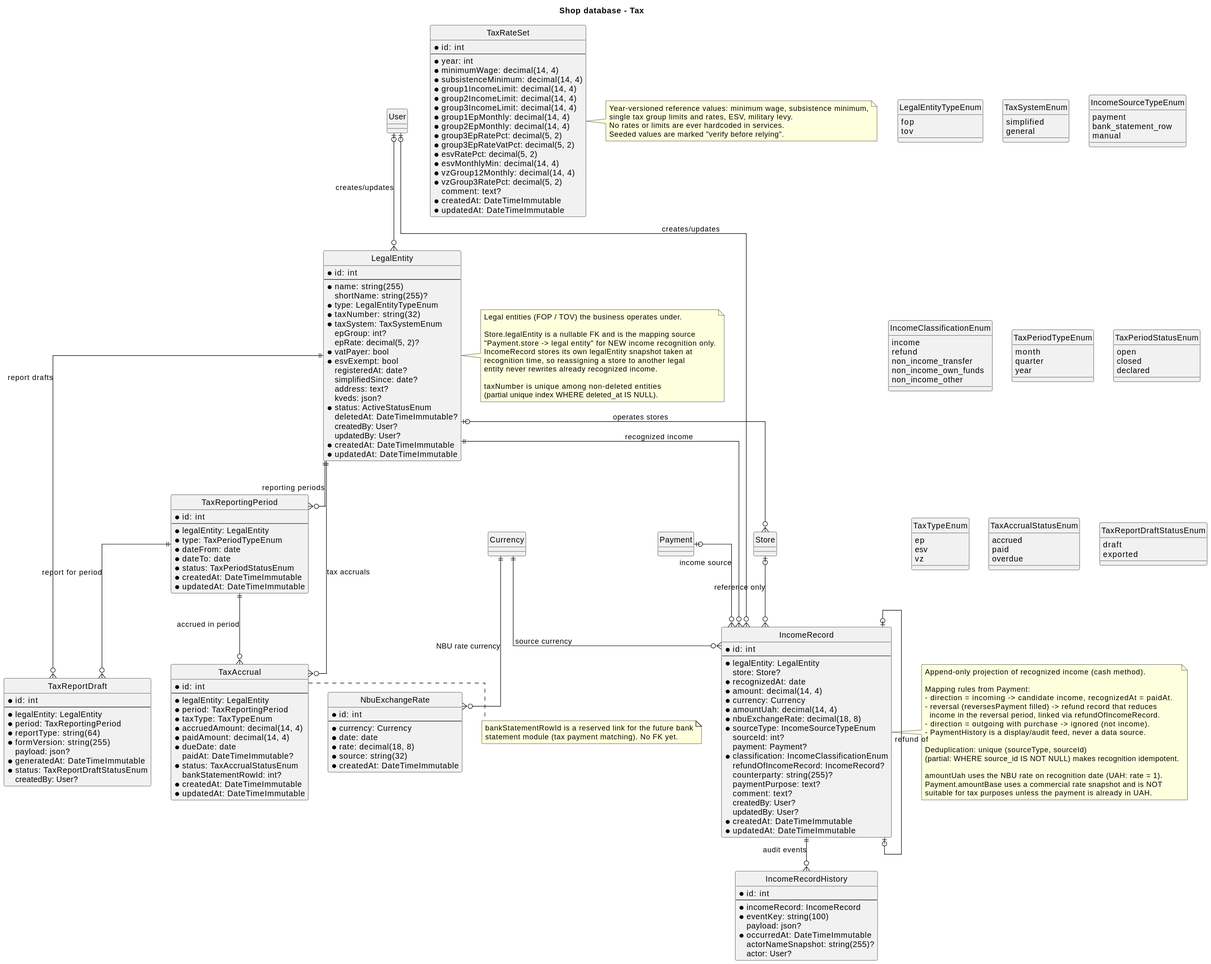
The PlantUML diagram src/Uml/database/11_Tax.svg in Tolik1794/shop, before a commit. The source it was exported from:
```plantuml
@startuml
title Shop database - Tax

!include ./_common.puml

enum LegalEntityTypeEnum {
    fop
    tov
}

enum TaxSystemEnum {
    simplified
    general
}

enum IncomeSourceTypeEnum {
    payment
    bank_statement_row
    manual
}

enum IncomeClassificationEnum {
    income
    refund
    non_income_transfer
    non_income_own_funds
    non_income_other
}

enum TaxPeriodTypeEnum {
    month
    quarter
    year
}

enum TaxPeriodStatusEnum {
    open
    closed
    declared
}

enum TaxTypeEnum {
    ep
    esv
    vz
}

enum TaxAccrualStatusEnum {
    accrued
    paid
    overdue
}

enum TaxReportDraftStatusEnum {
    draft
    exported
}

entity LegalEntity {
    * id: int
    --
    * name: string(255)
    shortName: string(255)?
    * type: LegalEntityTypeEnum
    * taxNumber: string(32)
    * taxSystem: TaxSystemEnum
    epGroup: int?
    epRate: decimal(5, 2)?
    * vatPayer: bool
    * esvExempt: bool
    registeredAt: date?
    simplifiedSince: date?
    address: text?
    kveds: json?
    * status: ActiveStatusEnum
    deletedAt: DateTimeImmutable?
    createdBy: User?
    updatedBy: User?
    * createdAt: DateTimeImmutable
    * updatedAt: DateTimeImmutable
}

entity TaxRateSet {
    * id: int
    --
    * year: int
    * minimumWage: decimal(14, 4)
    * subsistenceMinimum: decimal(14, 4)
    * group1IncomeLimit: decimal(14, 4)
    * group2IncomeLimit: decimal(14, 4)
    * group3IncomeLimit: decimal(14, 4)
    * group1EpMonthly: decimal(14, 4)
    * group2EpMonthly: decimal(14, 4)
    * group3EpRatePct: decimal(5, 2)
    * group3EpRateVatPct: decimal(5, 2)
    * esvRatePct: decimal(5, 2)
    * esvMonthlyMin: decimal(14, 4)
    * vzGroup12Monthly: decimal(14, 4)
    * vzGroup3RatePct: decimal(5, 2)
    comment: text?
    * createdAt: DateTimeImmutable
    * updatedAt: DateTimeImmutable
}

entity IncomeRecord {
    * id: int
    --
    * legalEntity: LegalEntity
    store: Store?
    * recognizedAt: date
    * amount: decimal(14, 4)
    * currency: Currency
    * amountUah: decimal(14, 4)
    * nbuExchangeRate: decimal(18, 8)
    * sourceType: IncomeSourceTypeEnum
    sourceId: int?
    payment: Payment?
    * classification: IncomeClassificationEnum
    refundOfIncomeRecord: IncomeRecord?
    counterparty: string(255)?
    paymentPurpose: text?
    comment: text?
    createdBy: User?
    updatedBy: User?
    * createdAt: DateTimeImmutable
    * updatedAt: DateTimeImmutable
}

entity IncomeRecordHistory {
    * id: int
    --
    * incomeRecord: IncomeRecord
    * eventKey: string(100)
    payload: json?
    * occurredAt: DateTimeImmutable
    actorNameSnapshot: string(255)?
    actor: User?
}

entity NbuExchangeRate {
    * id: int
    --
    * currency: Currency
    * date: date
    * rate: decimal(18, 8)
    * source: string(32)
    * createdAt: DateTimeImmutable
}

entity TaxReportingPeriod {
    * id: int
    --
    * legalEntity: LegalEntity
    * type: TaxPeriodTypeEnum
    * dateFrom: date
    * dateTo: date
    * status: TaxPeriodStatusEnum
    * createdAt: DateTimeImmutable
    * updatedAt: DateTimeImmutable
}

entity TaxAccrual {
    * id: int
    --
    * legalEntity: LegalEntity
    * period: TaxReportingPeriod
    * taxType: TaxTypeEnum
    * accruedAmount: decimal(14, 4)
    * paidAmount: decimal(14, 4)
    * dueDate: date
    paidAt: DateTimeImmutable?
    * status: TaxAccrualStatusEnum
    bankStatementRowId: int?
    * createdAt: DateTimeImmutable
    * updatedAt: DateTimeImmutable
}

entity TaxReportDraft {
    * id: int
    --
    * legalEntity: LegalEntity
    * period: TaxReportingPeriod
    * reportType: string(64)
    * formVersion: string(255)
    payload: json?
    * generatedAt: DateTimeImmutable
    * status: TaxReportDraftStatusEnum
    createdBy: User?
}

LegalEntity |o--o{ Store : operates stores
LegalEntity ||--o{ IncomeRecord : recognized income
LegalEntity ||--o{ TaxReportingPeriod : reporting periods
LegalEntity ||--o{ TaxAccrual : tax accruals
LegalEntity ||--o{ TaxReportDraft : report drafts
Store |o--o{ IncomeRecord : reference only
Currency ||--o{ IncomeRecord : source currency
Currency ||--o{ NbuExchangeRate : NBU rate currency
Payment |o--o{ IncomeRecord : income source
IncomeRecord |o--o| IncomeRecord : refund of
IncomeRecord ||--o{ IncomeRecordHistory : audit events
TaxReportingPeriod ||--o{ TaxAccrual : accrued in period
TaxReportingPeriod ||--o{ TaxReportDraft : report for period
User |o--o{ LegalEntity : creates/updates
User |o--o{ IncomeRecord : creates/updates

note right of LegalEntity
  Legal entities (FOP / TOV) the business operates under.

  Store.legalEntity is a nullable FK and is the mapping source
  "Payment.store -> legal entity" for NEW income recognition only.
  IncomeRecord stores its own legalEntity snapshot taken at
  recognition time, so reassigning a store to another legal
  entity never rewrites already recognized income.

  taxNumber is unique among non-deleted entities
  (partial unique index WHERE deleted_at IS NULL).
end note

note right of IncomeRecord
  Append-only projection of recognized income (cash method).

  Mapping rules from Payment:
  - direction = incoming -> candidate income, recognizedAt = paidAt.
  - reversal (reversesPayment filled) -> refund record that reduces
    income in the reversal period, linked via refundOfIncomeRecord.
  - direction = outgoing with purchase -> ignored (not income).
  - PaymentHistory is a display/audit feed, never a data source.

  Deduplication: unique (sourceType, sourceId)
  (partial: WHERE source_id IS NOT NULL) makes recognition idempotent.

  amountUah uses the NBU rate on recognition date (UAH: rate = 1).
  Payment.amountBase uses a commercial rate snapshot and is NOT
  suitable for tax purposes unless the payment is already in UAH.
end note

note right of TaxRateSet
  Year-versioned reference values: minimum wage, subsistence minimum,
  single tax group limits and rates, ESV, military levy.
  No rates or limits are ever hardcoded in services.
  Seeded values are marked "verify before relying".
end note

note right of TaxAccrual
  bankStatementRowId is a reserved link for the future bank
  statement module (tax payment matching). No FK yet.
end note
@enduml
```
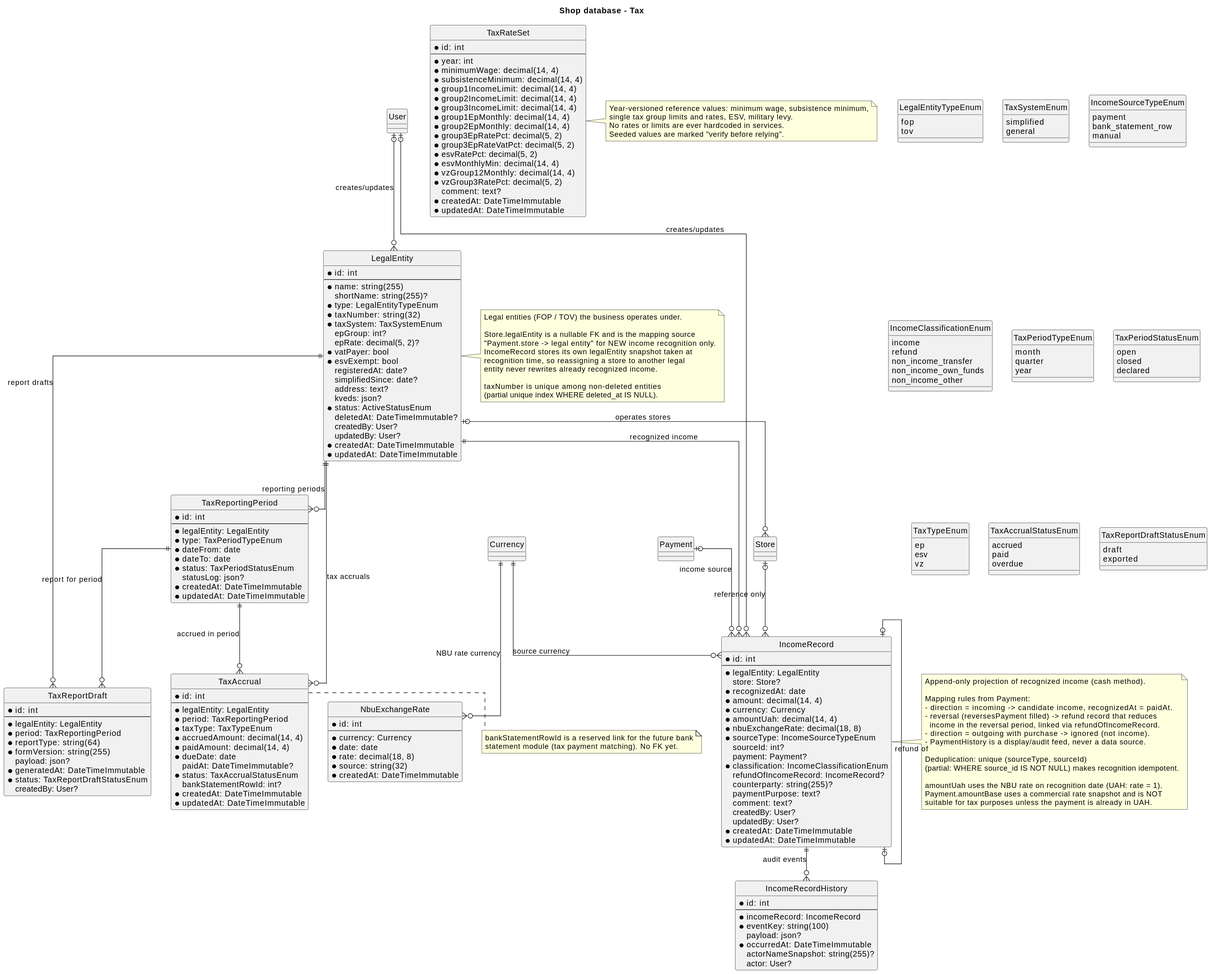
Later version of the same file.

What changed in the source:
```diff
@@ -155,6 +155,7 @@
     * dateFrom: date
     * dateTo: date
     * status: TaxPeriodStatusEnum
+    statusLog: json?
     * createdAt: DateTimeImmutable
     * updatedAt: DateTimeImmutable
 }
```
